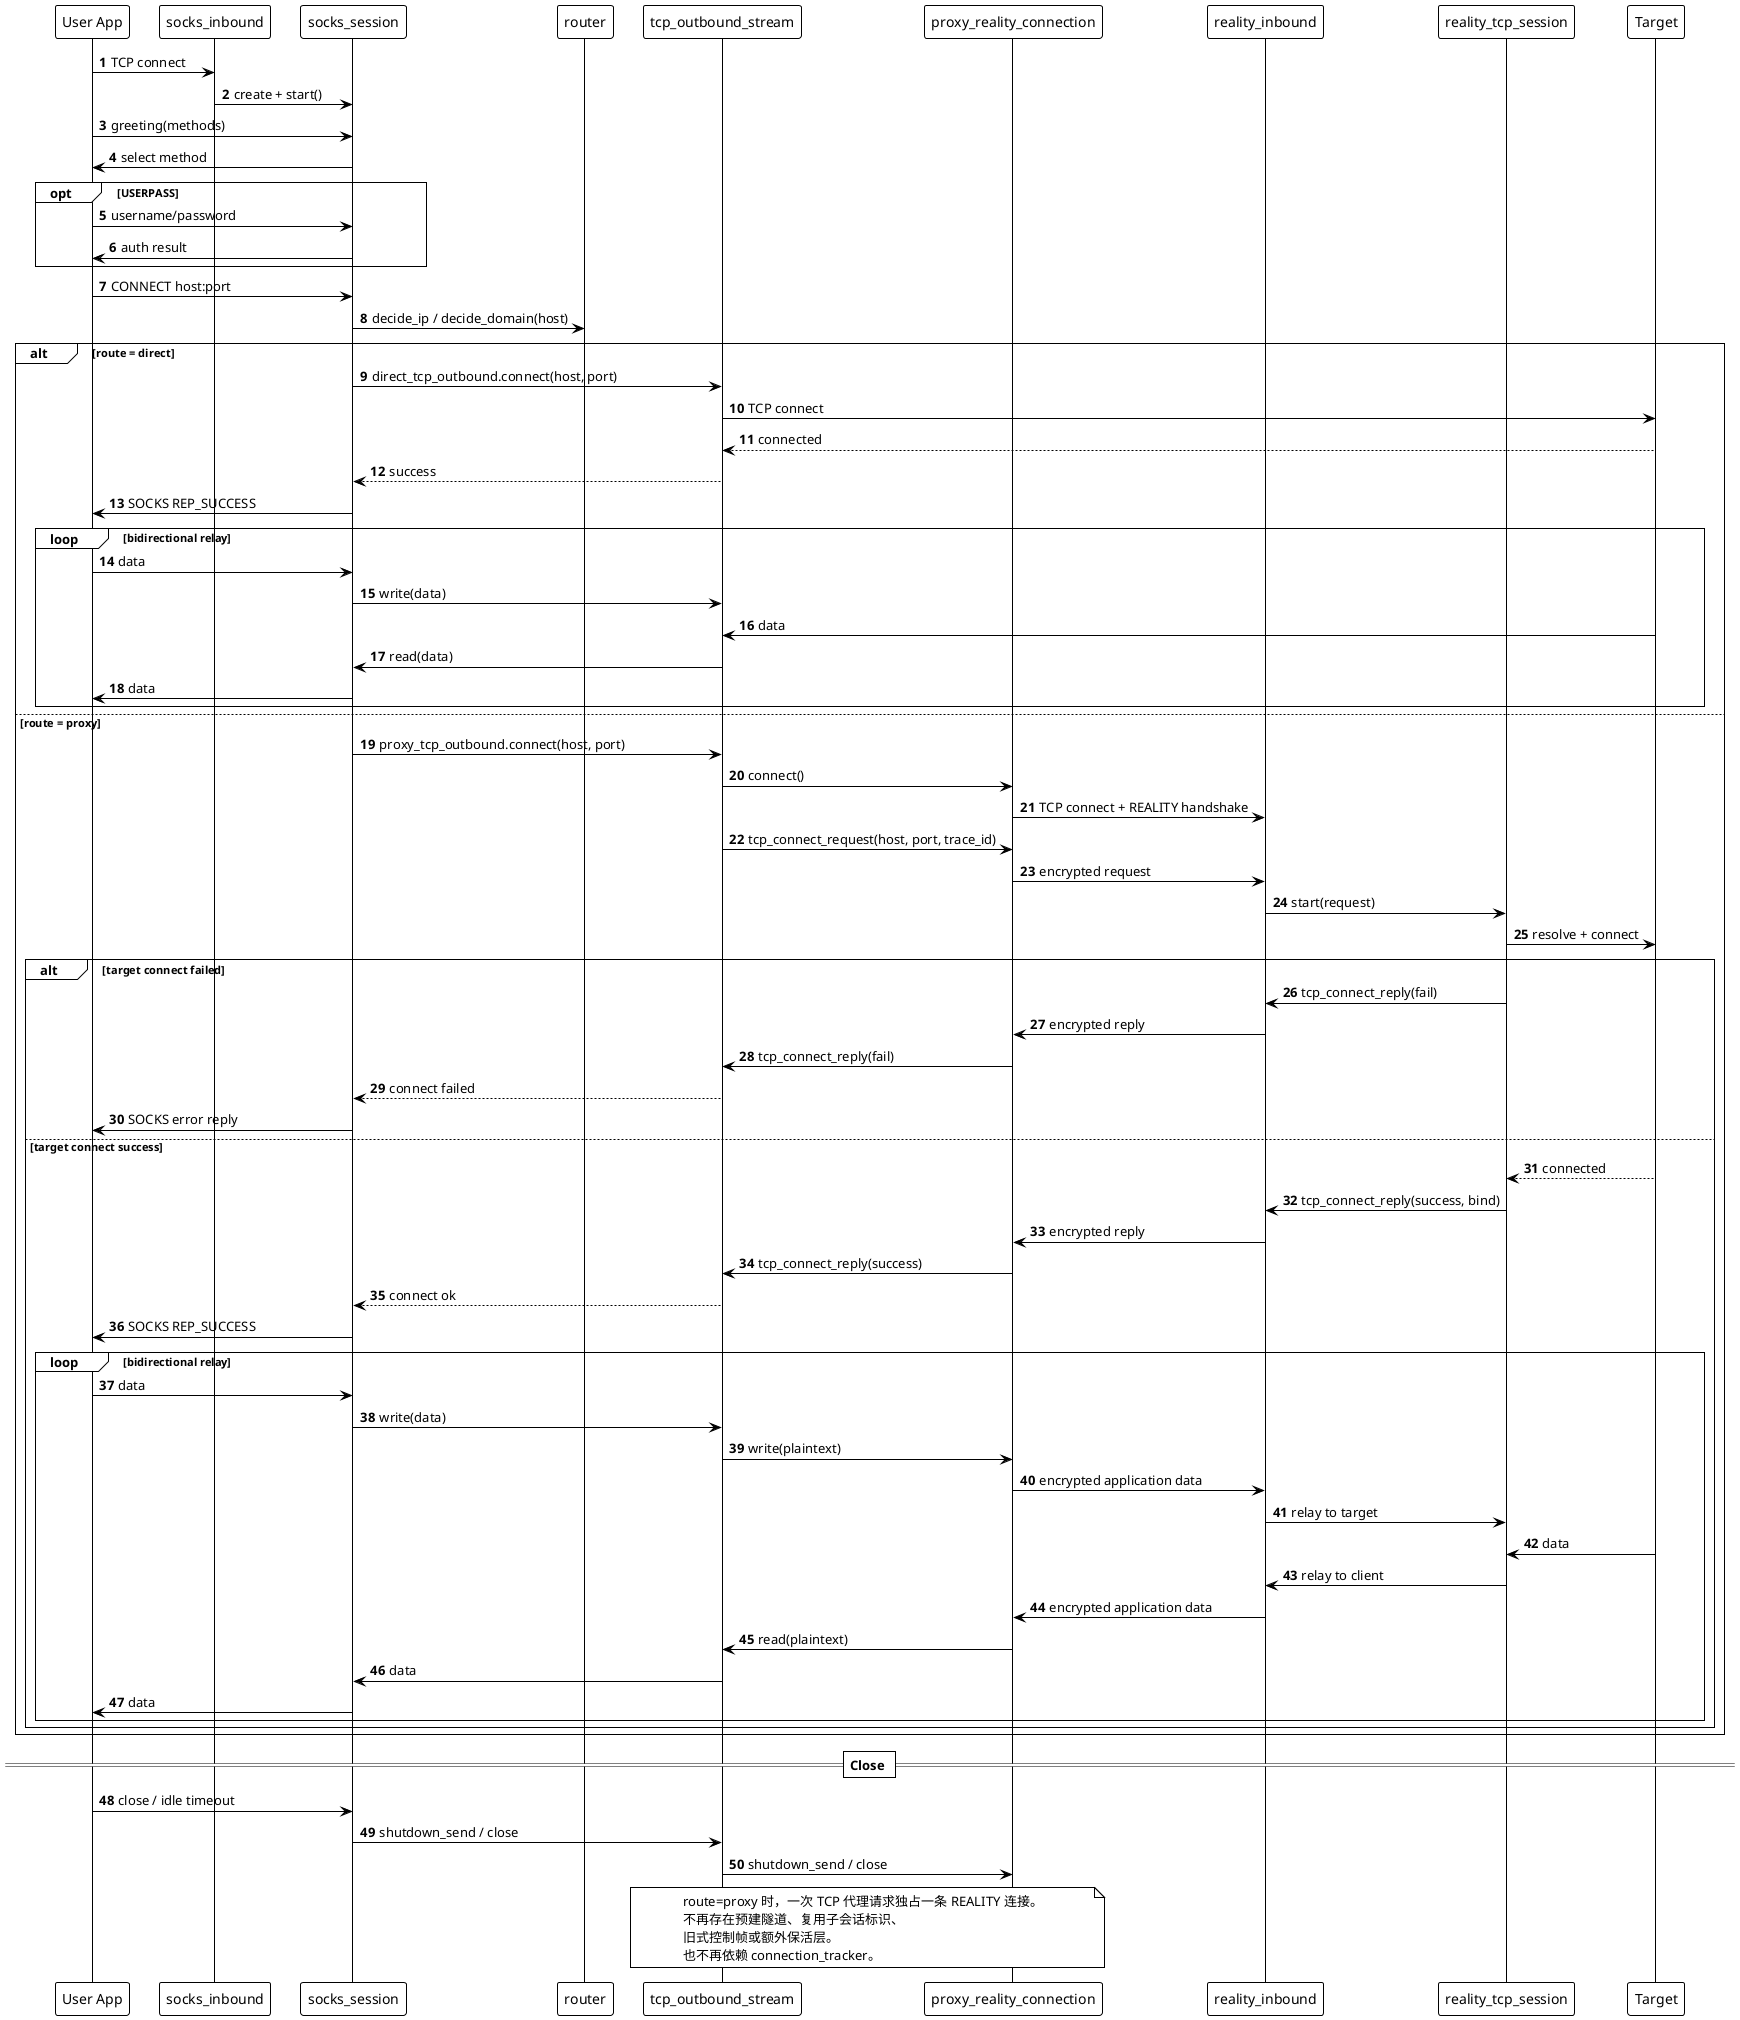
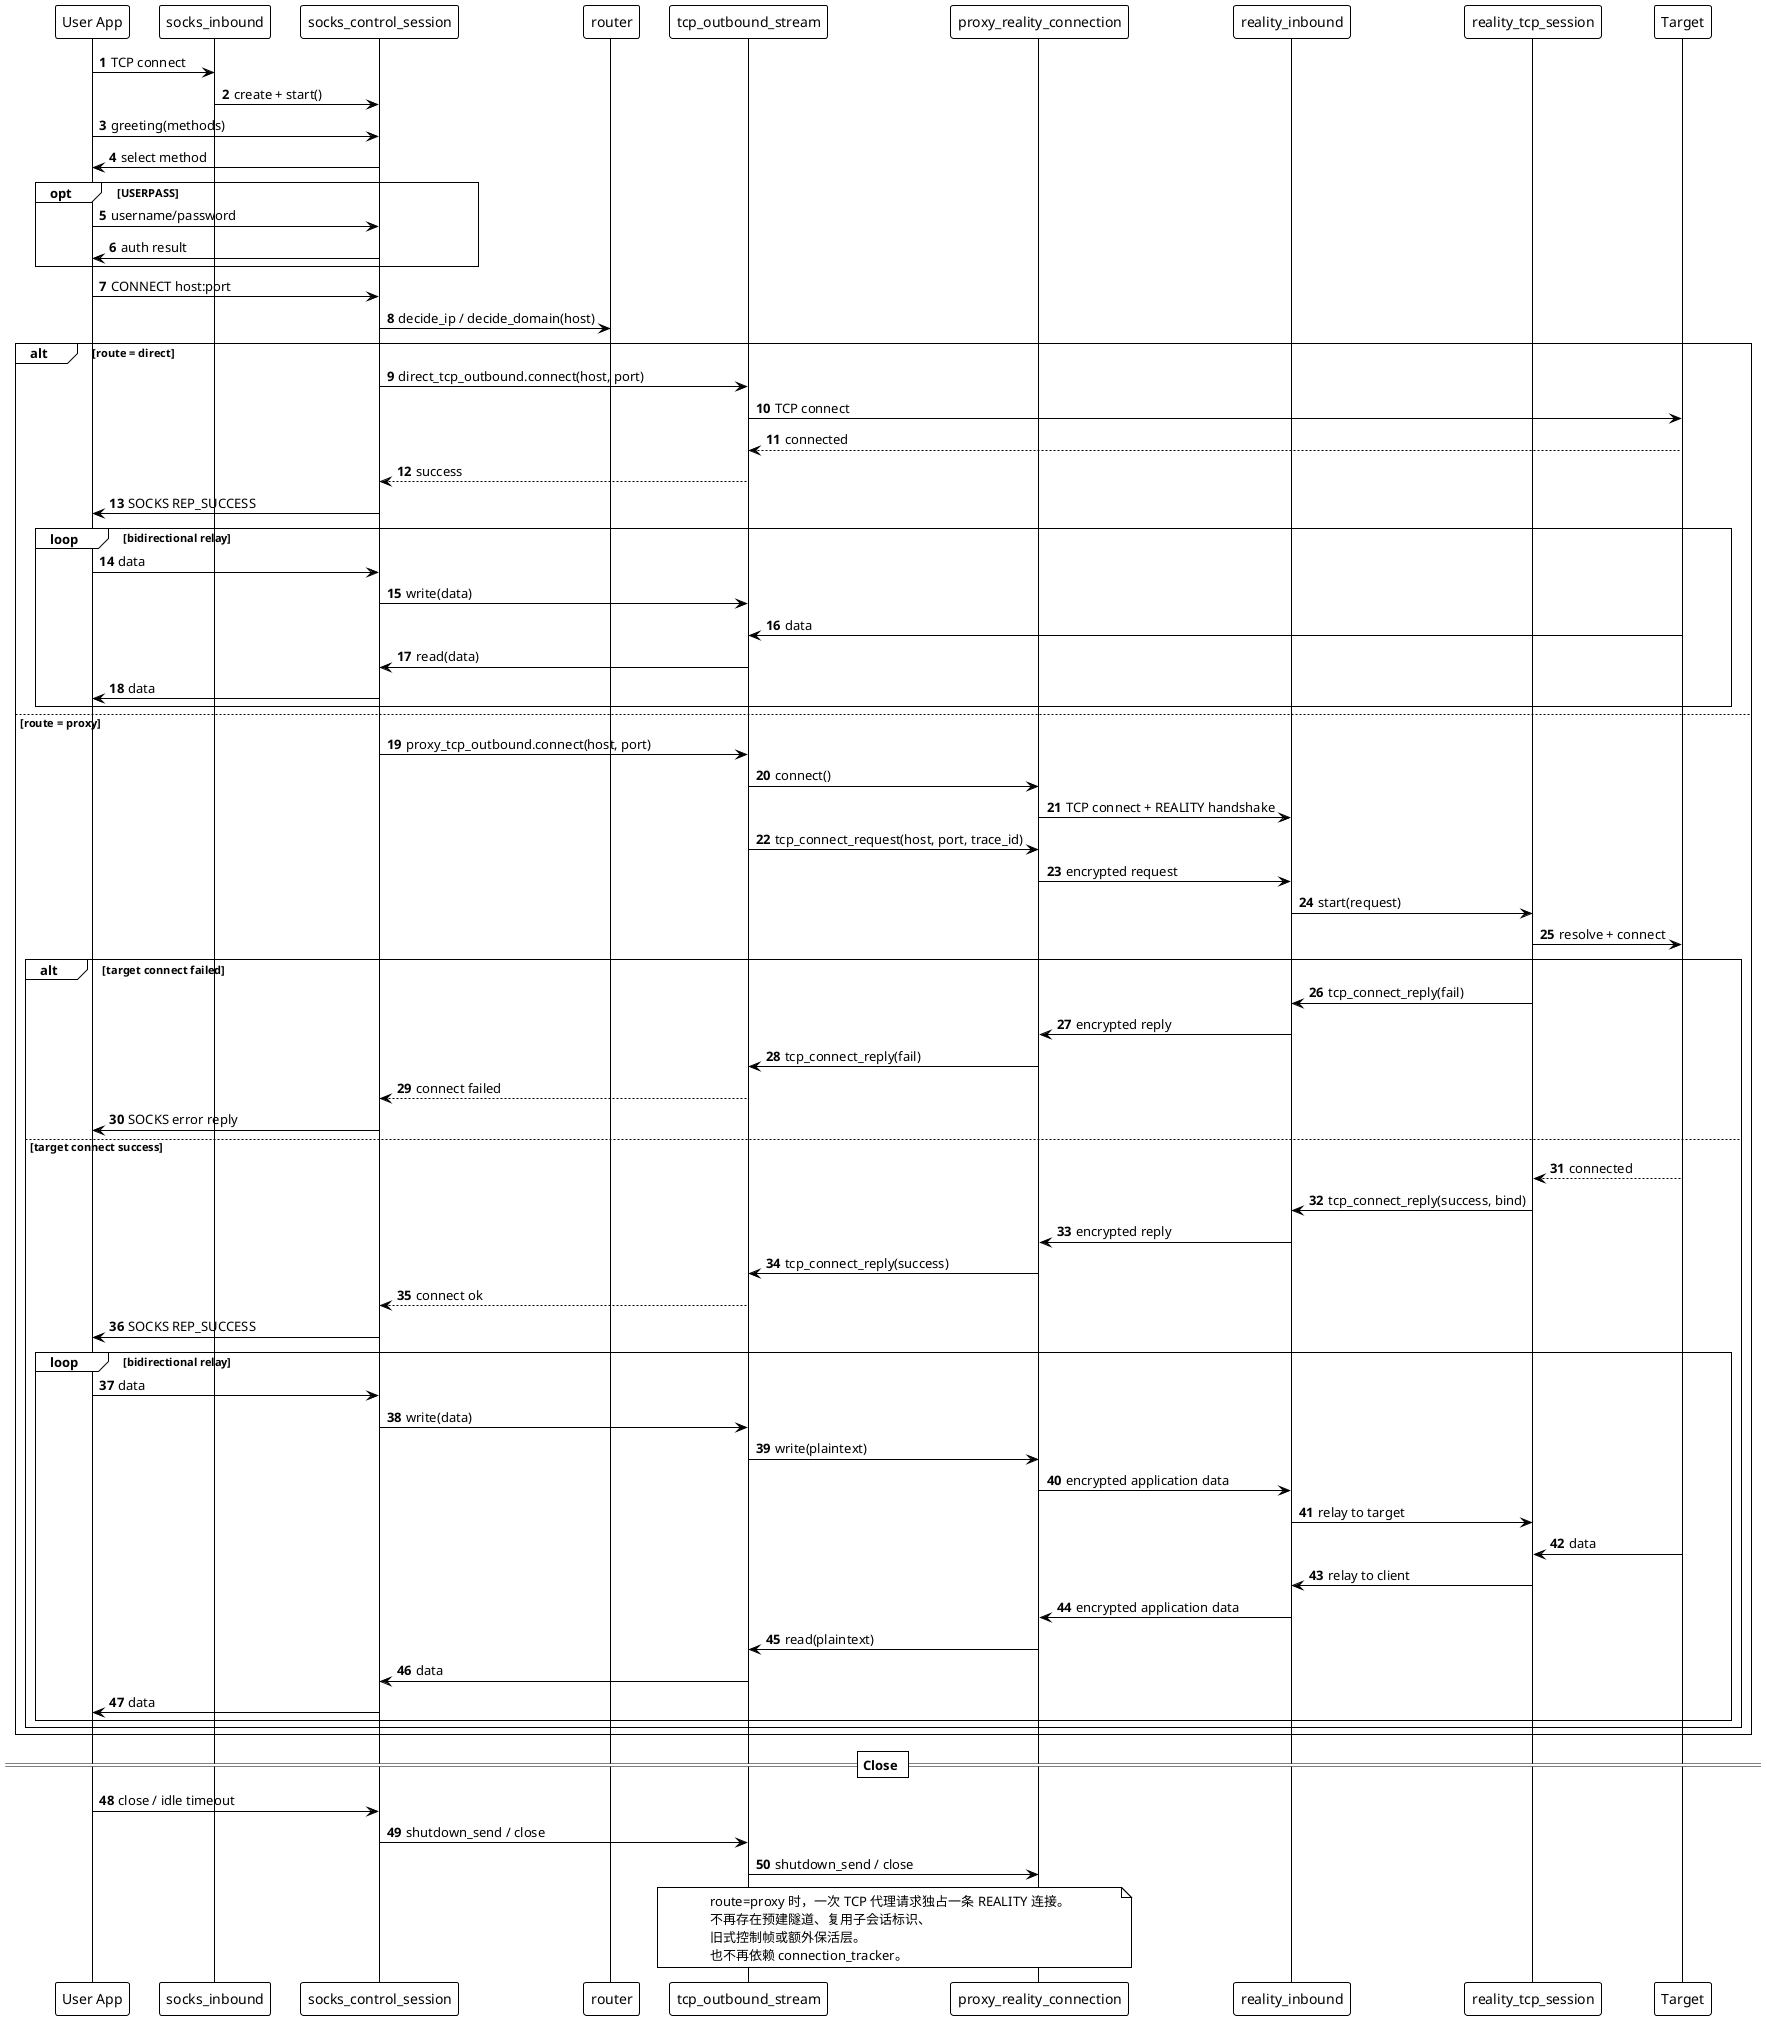
@startuml
!theme plain
autonumber

participant "User App" as App
participant "socks_inbound" as SocksClient
- participant "socks_session" as SocksSession
+ participant "socks_control_session" as SocksSession
participant "router" as Router
participant "tcp_outbound_stream" as Upstream
participant "proxy_reality_connection" as ProxyConn
participant "reality_inbound" as RemoteServer
participant "reality_tcp_session" as RemoteTcp
participant "Target" as Target

App -> SocksClient: TCP connect
SocksClient -> SocksSession: create + start()
App -> SocksSession: greeting(methods)
SocksSession -> App: select method
opt USERPASS
  App -> SocksSession: username/password
  SocksSession -> App: auth result
end

App -> SocksSession: CONNECT host:port
SocksSession -> Router: decide_ip / decide_domain(host)

alt route = direct
  SocksSession -> Upstream: direct_tcp_outbound.connect(host, port)
  Upstream -> Target: TCP connect
  Target --> Upstream: connected
  Upstream --> SocksSession: success
  SocksSession -> App: SOCKS REP_SUCCESS
  loop bidirectional relay
    App -> SocksSession: data
    SocksSession -> Upstream: write(data)
    Target -> Upstream: data
    Upstream -> SocksSession: read(data)
    SocksSession -> App: data
  end
else route = proxy
  SocksSession -> Upstream: proxy_tcp_outbound.connect(host, port)
  Upstream -> ProxyConn: connect()
  ProxyConn -> RemoteServer: TCP connect + REALITY handshake

  Upstream -> ProxyConn: tcp_connect_request(host, port, trace_id)
  ProxyConn -> RemoteServer: encrypted request
  RemoteServer -> RemoteTcp: start(request)
  RemoteTcp -> Target: resolve + connect

  alt target connect failed
    RemoteTcp -> RemoteServer: tcp_connect_reply(fail)
    RemoteServer -> ProxyConn: encrypted reply
    ProxyConn -> Upstream: tcp_connect_reply(fail)
    Upstream --> SocksSession: connect failed
    SocksSession -> App: SOCKS error reply
  else target connect success
    Target --> RemoteTcp: connected
    RemoteTcp -> RemoteServer: tcp_connect_reply(success, bind)
    RemoteServer -> ProxyConn: encrypted reply
    ProxyConn -> Upstream: tcp_connect_reply(success)
    Upstream --> SocksSession: connect ok
    SocksSession -> App: SOCKS REP_SUCCESS

    loop bidirectional relay
      App -> SocksSession: data
      SocksSession -> Upstream: write(data)
      Upstream -> ProxyConn: write(plaintext)
      ProxyConn -> RemoteServer: encrypted application data
      RemoteServer -> RemoteTcp: relay to target

      Target -> RemoteTcp: data
      RemoteTcp -> RemoteServer: relay to client
      RemoteServer -> ProxyConn: encrypted application data
      ProxyConn -> Upstream: read(plaintext)
      Upstream -> SocksSession: data
      SocksSession -> App: data
    end
  end
end

== Close ==
App -> SocksSession: close / idle timeout
SocksSession -> Upstream: shutdown_send / close
Upstream -> ProxyConn: shutdown_send / close

note over Upstream, ProxyConn
  route=proxy 时，一次 TCP 代理请求独占一条 REALITY 连接。
  不再存在预建隧道、复用子会话标识、
  旧式控制帧或额外保活层。
  也不再依赖 connection_tracker。
end note

@enduml
